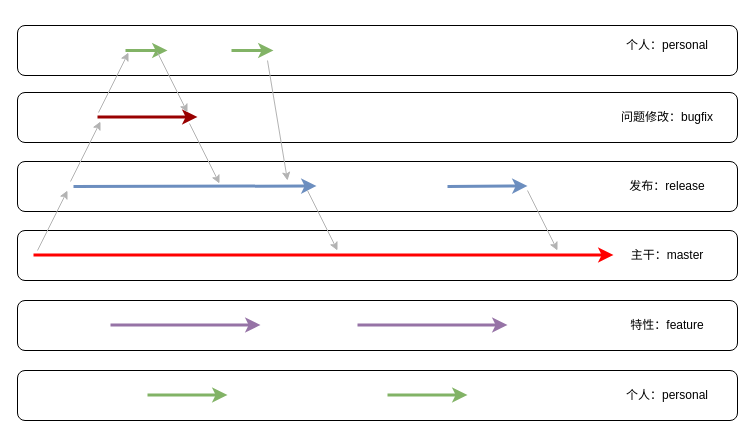
Earlier version of the draw.io diagram Untitled Diagram.drawio (zhanyeye/diagrams). Source tidied: cells renumbered, new cells numbered last; positions are measured from the earlier drawing's top-left corner, leaving out a move shared by most shapes. Both pictures are drawn from the tidied source at 100%, with x=0, y=0 at pixel (17, 25).
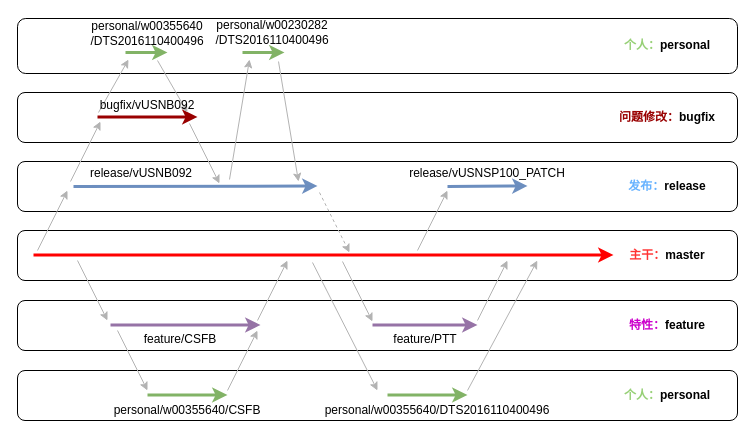
The same diagram, later.

Unchanged cells that the change refers to:
```xml
<mxCell id="2" style="rounded=1;whiteSpace=wrap;html=1;" parent="1" vertex="1">
  <mxGeometry y="205" width="720" height="50" as="geometry" />
</mxCell>
```

Diff of the diagram source:
```diff
@@
-    <mxCell id="4" value="主干：master" style="text;html=1;strokeColor=none;fillColor=none;align=center;verticalAlign=middle;whiteSpace=wrap;rounded=0;" parent="1" vertex="1">
+    <mxCell id="4" value="&lt;font color=&quot;#ff3333&quot;&gt;主干：&lt;/font&gt;master" style="text;html=1;strokeColor=none;fillColor=none;align=center;verticalAlign=middle;whiteSpace=wrap;rounded=0;fontStyle=1;" parent="1" vertex="1">
       <mxGeometry x="590" y="215" width="120" height="30" as="geometry" />
     </mxCell>
@@
-    <mxCell id="7" value="特性：feature" style="text;html=1;strokeColor=none;fillColor=none;align=center;verticalAlign=middle;whiteSpace=wrap;rounded=0;" parent="1" vertex="1">
+    <mxCell id="7" value="&lt;font color=&quot;#cc00cc&quot;&gt;特性：&lt;/font&gt;feature" style="text;html=1;strokeColor=none;fillColor=none;align=center;verticalAlign=middle;whiteSpace=wrap;rounded=0;fontStyle=1;" parent="1" vertex="1">
       <mxGeometry x="590" y="285" width="120" height="30" as="geometry" />
     </mxCell>
@@
-    <mxCell id="9" value="个人：personal" style="text;html=1;strokeColor=none;fillColor=none;align=center;verticalAlign=middle;whiteSpace=wrap;rounded=0;" parent="1" vertex="1">
+    <mxCell id="9" value="&lt;font color=&quot;#97d077&quot;&gt;个人：&lt;/font&gt;personal" style="text;html=1;strokeColor=none;fillColor=none;align=center;verticalAlign=middle;whiteSpace=wrap;rounded=0;fontStyle=1;" parent="1" vertex="1">
       <mxGeometry x="590" y="355" width="120" height="30" as="geometry" />
     </mxCell>
@@
-    <mxCell id="12" value="问题修改：bugfix" style="text;html=1;strokeColor=none;fillColor=none;align=center;verticalAlign=middle;whiteSpace=wrap;rounded=0;" parent="1" vertex="1">
+    <mxCell id="12" value="&lt;font color=&quot;#990000&quot;&gt;问题修改：&lt;/font&gt;bugfix" style="text;html=1;strokeColor=none;fillColor=none;align=center;verticalAlign=middle;whiteSpace=wrap;rounded=0;fontStyle=1;" parent="1" vertex="1">
       <mxGeometry x="590" y="77" width="120" height="30" as="geometry" />
     </mxCell>
     <mxCell id="13" style="endArrow=classic;html=1;rounded=0;fillColor=#e1d5e7;strokeColor=#9673a6;strokeWidth=3;" parent="1" edge="1">
       <mxGeometry relative="1" as="geometry">
-        <mxPoint x="340" y="299.5" as="sourcePoint" />
-        <mxPoint x="490" y="299.5" as="targetPoint" />
+        <mxPoint x="355" y="299.5" as="sourcePoint" />
+        <mxPoint x="460" y="299.5" as="targetPoint" />
       </mxGeometry>
     </mxCell>
@@
     <mxCell id="16" style="rounded=1;whiteSpace=wrap;html=1;" parent="1" vertex="1">
-      <mxGeometry width="720" height="50" as="geometry" />
+      <mxGeometry y="-7" width="720" height="55" as="geometry" />
     </mxCell>
     <mxCell id="17" style="endArrow=classic;html=1;rounded=0;fillColor=#d5e8d4;strokeColor=#82b366;strokeWidth=3;" parent="1" edge="1">
       <mxGeometry relative="1" as="geometry">
-        <mxPoint x="108" y="25" as="sourcePoint" />
-        <mxPoint x="150" y="25" as="targetPoint" />
+        <mxPoint x="108" y="27" as="sourcePoint" />
+        <mxPoint x="150" y="27" as="targetPoint" />
       </mxGeometry>
     </mxCell>
-    <mxCell id="18" value="个人：personal" style="text;html=1;strokeColor=none;fillColor=none;align=center;verticalAlign=middle;whiteSpace=wrap;rounded=0;" parent="1" vertex="1">
+    <mxCell id="18" value="&lt;font color=&quot;#97d077&quot;&gt;个人：&lt;/font&gt;personal" style="text;html=1;strokeColor=none;fillColor=none;align=center;verticalAlign=middle;whiteSpace=wrap;rounded=0;fontStyle=1;" parent="1" vertex="1">
       <mxGeometry x="590" y="5" width="120" height="30" as="geometry" />
     </mxCell>
-    <mxCell id="19" style="group;" parent="1" vertex="1">
+    <mxCell id="19" style="group;fontStyle=1;" parent="1" vertex="1">
       <mxGeometry y="136" width="720" height="50" as="geometry" />
     </mxCell>
@@
-    <mxCell id="21" value="发布：release" style="text;html=1;strokeColor=none;fillColor=none;align=center;verticalAlign=middle;whiteSpace=wrap;rounded=0;" parent="19" vertex="1">
+    <mxCell id="21" value="&lt;font color=&quot;#66b2ff&quot;&gt;发布：&lt;/font&gt;release" style="text;html=1;strokeColor=none;fillColor=none;align=center;verticalAlign=middle;whiteSpace=wrap;rounded=0;fontStyle=1;" parent="19" vertex="1">
       <mxGeometry x="590" y="10" width="120" height="30" as="geometry" />
     </mxCell>
     <mxCell id="22" style="endArrow=classic;html=1;rounded=0;fillColor=#dae8fc;strokeColor=#6c8ebf;strokeWidth=3;" parent="19" edge="1">
       <mxGeometry relative="1" as="geometry">
         <mxPoint x="56" y="25" as="sourcePoint" />
-        <mxPoint x="299" y="24.5" as="targetPoint" />
+        <mxPoint x="300" y="24.5" as="targetPoint" />
       </mxGeometry>
     </mxCell>
@@
-    <mxCell id="25" style="endArrow=classic;html=1;rounded=0;strokeColor=#B3B3B3;strokeWidth=1;fillColor=#f5f5f5;" parent="19" edge="1">
+    <mxCell id="25" style="endArrow=classic;html=1;rounded=0;strokeColor=#B3B3B3;strokeWidth=1;fillColor=#f5f5f5;dashed=1;" parent="19" edge="1">
       <mxGeometry relative="1" as="geometry">
-        <mxPoint x="290" y="29" as="sourcePoint" />
-        <mxPoint x="320" y="89" as="targetPoint" />
+        <mxPoint x="302" y="31" as="sourcePoint" />
+        <mxPoint x="332" y="91" as="targetPoint" />
       </mxGeometry>
     </mxCell>
-    <mxCell id="26" style="endArrow=classic;html=1;rounded=0;strokeColor=#B3B3B3;strokeWidth=1;fillColor=#f5f5f5;" parent="19" edge="1">
-      <mxGeometry relative="1" as="geometry">
-        <mxPoint x="510" y="29" as="sourcePoint" />
-        <mxPoint x="540" y="89" as="targetPoint" />
-      </mxGeometry>
-    </mxCell>
+    <mxCell id="33" value="release/vUSNB092" style="text;html=1;strokeColor=none;fillColor=none;align=center;verticalAlign=middle;whiteSpace=wrap;rounded=0;" parent="19" vertex="1">
+      <mxGeometry x="94" y="-3" width="60" height="30" as="geometry" />
+    </mxCell>
+    <mxCell id="34" value="release/vUSNSP100_PATCH" style="text;html=1;strokeColor=none;fillColor=none;align=center;verticalAlign=middle;whiteSpace=wrap;rounded=0;" parent="19" vertex="1">
+      <mxGeometry x="440" y="-3" width="60" height="30" as="geometry" />
+    </mxCell>
@@
     <mxCell id="28" style="endArrow=classic;html=1;rounded=0;strokeColor=#B3B3B3;strokeWidth=1;fillColor=#f5f5f5;" parent="1" edge="1">
       <mxGeometry relative="1" as="geometry">
         <mxPoint x="81" y="87" as="sourcePoint" />
-        <mxPoint x="111" y="27" as="targetPoint" />
+        <mxPoint x="111" y="34" as="targetPoint" />
       </mxGeometry>
     </mxCell>
     <mxCell id="29" style="endArrow=classic;html=1;rounded=0;fillColor=#d5e8d4;strokeColor=#82b366;strokeWidth=3;" parent="1" edge="1">
       <mxGeometry relative="1" as="geometry">
-        <mxPoint x="214" y="25" as="sourcePoint" />
-        <mxPoint x="256" y="25" as="targetPoint" />
+        <mxPoint x="229" y="27" as="sourcePoint" />
+        <mxPoint x="267" y="27" as="targetPoint" />
         <Array as="points">
-          <mxPoint x="214" y="25" />
+          <mxPoint x="225" y="27" />
         </Array>
       </mxGeometry>
     </mxCell>
     <mxCell id="30" style="endArrow=classic;html=1;rounded=0;strokeColor=#B3B3B3;strokeWidth=1;fillColor=#f5f5f5;" parent="1" edge="1">
       <mxGeometry relative="1" as="geometry">
-        <mxPoint x="140" y="27" as="sourcePoint" />
+        <mxPoint x="140" y="35" as="sourcePoint" />
         <mxPoint x="170" y="87" as="targetPoint" />
       </mxGeometry>
     </mxCell>
@@
     <mxCell id="32" style="endArrow=classic;html=1;rounded=0;strokeColor=#B3B3B3;strokeWidth=1;fillColor=#f5f5f5;" parent="1" edge="1">
       <mxGeometry relative="1" as="geometry">
-        <mxPoint x="250" y="35" as="sourcePoint" />
-        <mxPoint x="270" y="155" as="targetPoint" />
+        <mxPoint x="261" y="36" as="sourcePoint" />
+        <mxPoint x="281" y="156" as="targetPoint" />
       </mxGeometry>
     </mxCell>
+    <mxCell id="35" style="endArrow=classic;html=1;rounded=0;strokeColor=#B3B3B3;strokeWidth=1;fillColor=#f5f5f5;" parent="1" edge="1">
+      <mxGeometry relative="1" as="geometry">
+        <mxPoint x="212" y="154" as="sourcePoint" />
+        <mxPoint x="232" y="34" as="targetPoint" />
+      </mxGeometry>
+    </mxCell>
+    <mxCell id="36" style="endArrow=classic;html=1;rounded=0;strokeColor=#B3B3B3;strokeWidth=1;fillColor=#f5f5f5;" parent="1" edge="1">
+      <mxGeometry relative="1" as="geometry">
+        <mxPoint x="60" y="235" as="sourcePoint" />
+        <mxPoint x="90" y="295" as="targetPoint" />
+      </mxGeometry>
+    </mxCell>
+    <mxCell id="37" style="endArrow=classic;html=1;rounded=0;strokeColor=#B3B3B3;strokeWidth=1;fillColor=#f5f5f5;" parent="1" edge="1">
+      <mxGeometry relative="1" as="geometry">
+        <mxPoint x="325" y="236" as="sourcePoint" />
+        <mxPoint x="355" y="296" as="targetPoint" />
+      </mxGeometry>
+    </mxCell>
+    <mxCell id="38" style="endArrow=classic;html=1;rounded=0;strokeColor=#B3B3B3;strokeWidth=1;fillColor=#f5f5f5;" parent="1" edge="1">
+      <mxGeometry relative="1" as="geometry">
+        <mxPoint x="100" y="305" as="sourcePoint" />
+        <mxPoint x="130" y="365" as="targetPoint" />
+      </mxGeometry>
+    </mxCell>
+    <mxCell id="39" style="endArrow=classic;html=1;rounded=0;strokeColor=#B3B3B3;strokeWidth=1;fillColor=#f5f5f5;exitX=0.333;exitY=0.8;exitDx=0;exitDy=0;exitPerimeter=0;" parent="1" edge="1">
+      <mxGeometry relative="1" as="geometry">
+        <mxPoint x="295" y="237" as="sourcePoint" />
+        <mxPoint x="360" y="365" as="targetPoint" />
+      </mxGeometry>
+    </mxCell>
+    <mxCell id="40" style="endArrow=classic;html=1;rounded=0;strokeColor=#B3B3B3;strokeWidth=1;fillColor=#f5f5f5;" parent="1" edge="1">
+      <mxGeometry relative="1" as="geometry">
+        <mxPoint x="240" y="295" as="sourcePoint" />
+        <mxPoint x="270" y="235" as="targetPoint" />
+      </mxGeometry>
+    </mxCell>
+    <mxCell id="41" style="endArrow=classic;html=1;rounded=0;strokeColor=#B3B3B3;strokeWidth=1;fillColor=#f5f5f5;" parent="1" edge="1">
+      <mxGeometry relative="1" as="geometry">
+        <mxPoint x="210" y="365" as="sourcePoint" />
+        <mxPoint x="240" y="305" as="targetPoint" />
+      </mxGeometry>
+    </mxCell>
+    <mxCell id="42" style="endArrow=classic;html=1;rounded=0;strokeColor=#B3B3B3;strokeWidth=1;fillColor=#f5f5f5;" parent="1" edge="1">
+      <mxGeometry relative="1" as="geometry">
+        <mxPoint x="460" y="295" as="sourcePoint" />
+        <mxPoint x="490" y="235" as="targetPoint" />
+      </mxGeometry>
+    </mxCell>
+    <mxCell id="43" style="endArrow=classic;html=1;rounded=0;strokeColor=#B3B3B3;strokeWidth=1;fillColor=#f5f5f5;entryX=0.722;entryY=0.6;entryDx=0;entryDy=0;entryPerimeter=0;" parent="1" edge="1" target="2">
+      <mxGeometry relative="1" as="geometry">
+        <mxPoint x="450" y="365" as="sourcePoint" />
+      </mxGeometry>
+    </mxCell>
+    <mxCell id="44" style="endArrow=classic;html=1;rounded=0;strokeColor=#B3B3B3;strokeWidth=1;fillColor=#f5f5f5;" parent="1" edge="1">
+      <mxGeometry relative="1" as="geometry">
+        <mxPoint x="400" y="225" as="sourcePoint" />
+        <mxPoint x="430" y="165" as="targetPoint" />
+      </mxGeometry>
+    </mxCell>
+    <mxCell id="45" value="feature/CSFB" style="text;html=1;strokeColor=none;fillColor=none;align=center;verticalAlign=middle;whiteSpace=wrap;rounded=0;" parent="1" vertex="1">
+      <mxGeometry x="133" y="299" width="60" height="30" as="geometry" />
+    </mxCell>
+    <mxCell id="46" value="feature/PTT" style="text;html=1;strokeColor=none;fillColor=none;align=center;verticalAlign=middle;whiteSpace=wrap;rounded=0;" parent="1" vertex="1">
+      <mxGeometry x="378" y="299" width="60" height="30" as="geometry" />
+    </mxCell>
+    <mxCell id="47" value="personal/w00355640/CSFB" style="text;html=1;strokeColor=none;fillColor=none;align=center;verticalAlign=middle;whiteSpace=wrap;rounded=0;" parent="1" vertex="1">
+      <mxGeometry x="140" y="370" width="60" height="30" as="geometry" />
+    </mxCell>
+    <mxCell id="48" value="personal/w00355640/DTS2016110400496" style="text;html=1;strokeColor=none;fillColor=none;align=center;verticalAlign=middle;whiteSpace=wrap;rounded=0;" parent="1" vertex="1">
+      <mxGeometry x="390" y="370" width="60" height="30" as="geometry" />
+    </mxCell>
+    <mxCell id="49" value="bugfix/vUSNB092" style="text;html=1;strokeColor=none;fillColor=none;align=center;verticalAlign=middle;whiteSpace=wrap;rounded=0;" parent="1" vertex="1">
+      <mxGeometry x="100" y="65" width="60" height="30" as="geometry" />
+    </mxCell>
+    <mxCell id="50" value="personal/w00355640&lt;br&gt;/DTS2016110400496" style="text;html=1;strokeColor=none;fillColor=none;align=center;verticalAlign=middle;whiteSpace=wrap;rounded=0;" parent="1" vertex="1">
+      <mxGeometry x="100" y="-7" width="60" height="30" as="geometry" />
+    </mxCell>
+    <mxCell id="51" value="personal/w00230282&lt;br&gt;/DTS2016110400496" style="text;html=1;strokeColor=none;fillColor=none;align=center;verticalAlign=middle;whiteSpace=wrap;rounded=0;" parent="1" vertex="1">
+      <mxGeometry x="225" y="-8" width="60" height="30" as="geometry" />
+    </mxCell>
```
